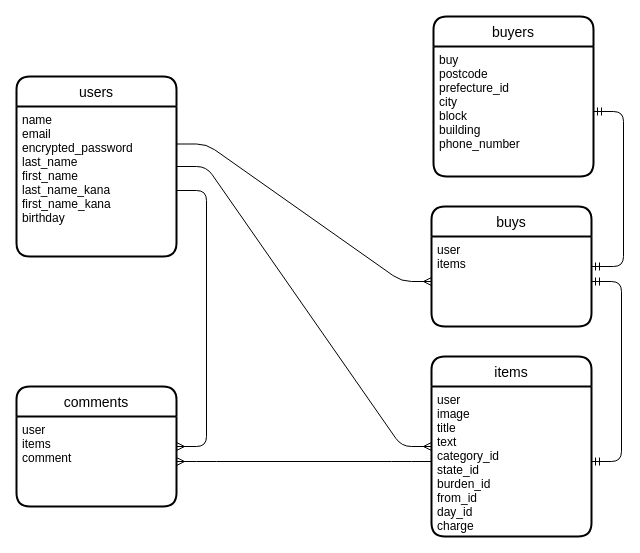
The draw.io diagram furima.dio in Tsukasa311/furima-33488, before the edit. Source tidied: cells renumbered, new cells numbered last; positions are measured from the earlier drawing's top-left corner, leaving out a move shared by most shapes. Both pictures are drawn from the tidied source at 100%, with x=0, y=0 at pixel (16, 16).
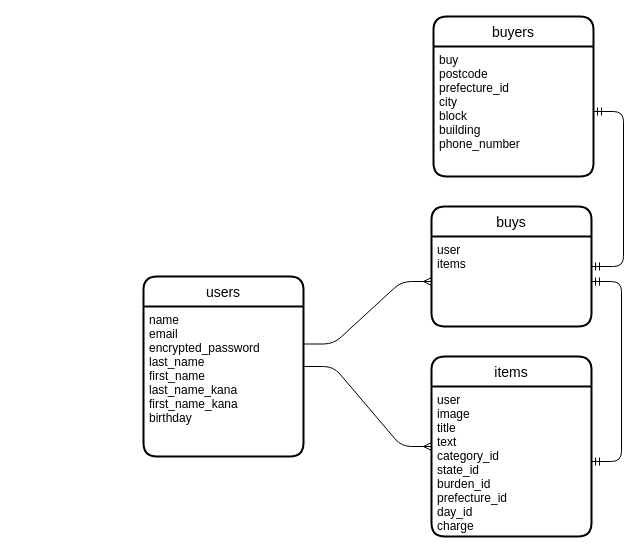
The same page after the edit.

Commit message (it also covers changes not shown here):
コメントテーブル削除

The edit, as a diff of the source:
```diff
@@
 <mxGraphModel>
   <root>
     <mxCell id="0" />
     <mxCell id="1" parent="0" />
     <mxCell id="2" value="items" style="swimlane;horizontal=1;startSize=30;rounded=1;fontSize=14;fontStyle=0;strokeWidth=2;shadow=0;dashed=0;align=center;" parent="1" vertex="1">
       <mxGeometry x="415" y="340" width="160" height="180" as="geometry" />
     </mxCell>
-    <mxCell id="3" value="user&#10;image&#10;title&#10;text&#10;category_id&#10;state_id&#10;burden_id&#10;from_id&#10;day_id&#10;charge" style="align=left;strokeColor=none;fillColor=none;spacingLeft=4;fontSize=12;verticalAlign=top;" parent="2" vertex="1">
+    <mxCell id="3" value="user&#10;image&#10;title&#10;text&#10;category_id&#10;state_id&#10;burden_id&#10;prefecture_id&#10;day_id&#10;charge" style="align=left;strokeColor=none;fillColor=none;spacingLeft=4;fontSize=12;verticalAlign=top;" parent="2" vertex="1">
       <mxGeometry y="30" width="160" height="150" as="geometry" />
     </mxCell>
-    <mxCell id="4" value="comments" style="swimlane;horizontal=1;startSize=30;rounded=1;fontSize=14;fontStyle=0;strokeWidth=2;shadow=0;dashed=0;align=center;" parent="1" vertex="1">
-      <mxGeometry y="370" width="160" height="120" as="geometry" />
-    </mxCell>
-    <mxCell id="5" value="user&#10;items&#10;comment" style="align=left;strokeColor=none;fillColor=none;spacingLeft=4;fontSize=12;verticalAlign=top;" parent="4" vertex="1">
-      <mxGeometry y="30" width="160" height="90" as="geometry" />
-    </mxCell>
     <mxCell id="6" value="buyers" style="swimlane;horizontal=1;startSize=30;rounded=1;fontSize=14;fontStyle=0;strokeWidth=2;shadow=0;dashed=0;align=center;" parent="1" vertex="1">
       <mxGeometry x="417" width="160" height="160" as="geometry" />
     </mxCell>
     <mxCell id="7" value="buy&#10;postcode&#10;prefecture_id&#10;city&#10;block&#10;building&#10;phone_number" style="align=left;strokeColor=none;fillColor=none;spacingLeft=4;fontSize=12;verticalAlign=top;" parent="6" vertex="1">
       <mxGeometry y="30" width="160" height="130" as="geometry" />
     </mxCell>
     <mxCell id="8" value="users" style="swimlane;horizontal=1;startSize=30;rounded=1;fontSize=14;fontStyle=0;strokeWidth=2;shadow=0;dashed=0;align=center;" parent="1" vertex="1">
-      <mxGeometry y="60" width="160" height="180" as="geometry" />
+      <mxGeometry x="127" y="260" width="160" height="180" as="geometry" />
     </mxCell>
     <mxCell id="9" value="name&#10;email&#10;encrypted_password&#10;last_name&#10;first_name&#10;last_name_kana&#10;first_name_kana&#10;birthday" style="align=left;strokeColor=none;fillColor=none;spacingLeft=4;fontSize=12;verticalAlign=top;" parent="8" vertex="1">
       <mxGeometry y="30" width="160" height="150" as="geometry" />
     </mxCell>
     <mxCell id="10" value="buys" style="swimlane;horizontal=1;startSize=30;rounded=1;fontSize=14;fontStyle=0;strokeWidth=2;shadow=0;dashed=0;align=center;" parent="1" vertex="1">
       <mxGeometry x="415" y="190" width="160" height="120" as="geometry" />
     </mxCell>
     <mxCell id="11" value="user&#10;items" style="align=left;strokeColor=none;fillColor=none;spacingLeft=4;fontSize=12;verticalAlign=top;" parent="10" vertex="1">
       <mxGeometry y="30" width="160" height="90" as="geometry" />
     </mxCell>
     <mxCell id="12" style="edgeStyle=entityRelationEdgeStyle;fontSize=12;html=1;endArrow=ERmany;" parent="1" edge="1" source="8" target="2">
       <mxGeometry relative="1" as="geometry" />
     </mxCell>
-    <mxCell id="13" style="edgeStyle=entityRelationEdgeStyle;fontSize=12;html=1;endArrow=ERmany;exitX=1;exitY=0.56;exitDx=0;exitDy=0;exitPerimeter=0;" parent="1" edge="1" source="9" target="4">
-      <mxGeometry relative="1" as="geometry" />
-    </mxCell>
-    <mxCell id="14" style="edgeStyle=entityRelationEdgeStyle;fontSize=12;html=1;endArrow=ERmany;exitX=0;exitY=0.5;exitDx=0;exitDy=0;" parent="1" edge="1" source="3" target="5">
-      <mxGeometry relative="1" as="geometry" />
-    </mxCell>
     <mxCell id="15" style="edgeStyle=entityRelationEdgeStyle;fontSize=12;html=1;endArrow=ERmany;exitX=1;exitY=0.25;exitDx=0;exitDy=0;" parent="1" edge="1" source="9" target="11">
       <mxGeometry relative="1" as="geometry" />
     </mxCell>
     <mxCell id="16" style="edgeStyle=entityRelationEdgeStyle;fontSize=12;html=1;endArrow=ERmandOne;startArrow=ERmandOne;" parent="1" edge="1" source="10" target="7">
       <mxGeometry relative="1" as="geometry" />
     </mxCell>
     <mxCell id="17" style="edgeStyle=entityRelationEdgeStyle;fontSize=12;html=1;endArrow=ERmandOne;startArrow=ERmandOne;" parent="1" edge="1" source="11" target="3">
       <mxGeometry relative="1" as="geometry" />
     </mxCell>
   </root>
 </mxGraphModel>
```
